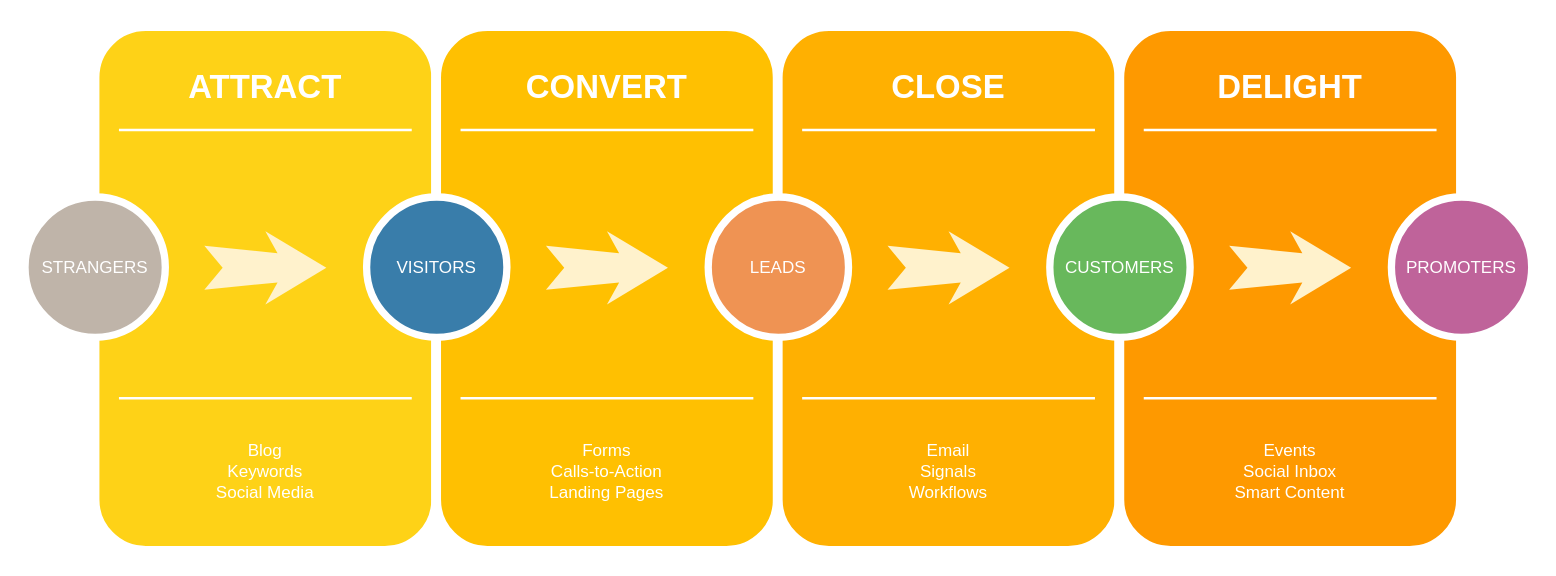
Above: 未命名绘图.drawio in linweihongvicky/mydrawio (draw.io), before the change. Source tidied: cells renumbered, new cells numbered last; positions are measured from the earlier drawing's top-left corner, leaving out a move shared by most shapes. Both pictures are drawn from the tidied source at 122%, with x=0, y=0 at pixel (24, 26).
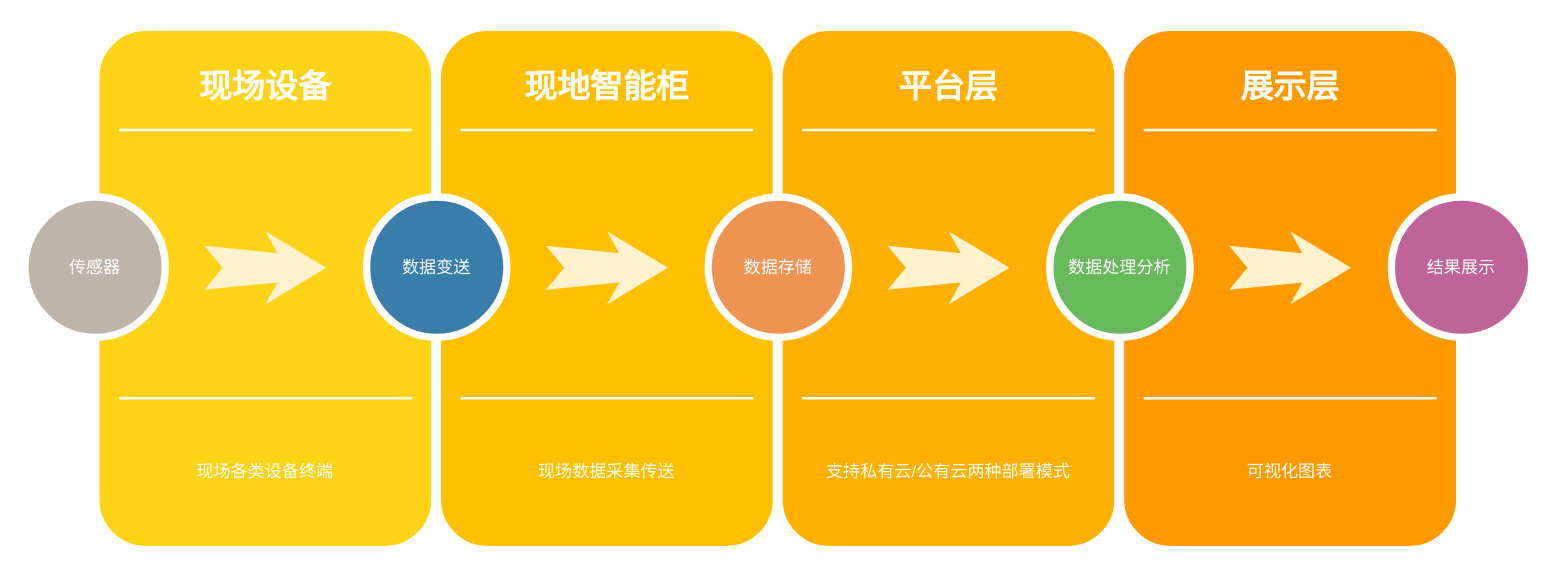
The same page after the edit.

Commit message (it also covers changes not shown here):
液压系统原理图.drawio

Change to the diagram source:
```diff
@@
-    <mxCell id="3" value="ATTRACT" style="text;html=1;strokeColor=none;fillColor=none;align=center;verticalAlign=middle;whiteSpace=wrap;rounded=0;shadow=0;fontSize=27;fontColor=#FFFFFF;fontStyle=1;" parent="1" vertex="1">
+    <mxCell id="3" value="现场设备" style="text;html=1;strokeColor=none;fillColor=none;align=center;verticalAlign=middle;whiteSpace=wrap;rounded=0;shadow=0;fontSize=27;fontColor=#FFFFFF;fontStyle=1;" parent="1" vertex="1">
       <mxGeometry x="57" y="20" width="280" height="60" as="geometry" />
     </mxCell>
-    <mxCell id="4" value="Blog&lt;div&gt;Keywords&lt;/div&gt;&lt;div&gt;Social Media&lt;/div&gt;" style="text;html=1;strokeColor=none;fillColor=none;align=center;verticalAlign=middle;whiteSpace=wrap;rounded=0;shadow=0;fontSize=14;fontColor=#FFFFFF;" parent="1" vertex="1">
+    <mxCell id="4" value="现场各类设备终端" style="text;html=1;strokeColor=none;fillColor=none;align=center;verticalAlign=middle;whiteSpace=wrap;rounded=0;shadow=0;fontSize=14;fontColor=#FFFFFF;" parent="1" vertex="1">
       <mxGeometry x="57" y="320" width="280" height="90" as="geometry" />
     </mxCell>
@@
-    <mxCell id="7" value="STRANGERS" style="ellipse;whiteSpace=wrap;html=1;rounded=0;shadow=0;strokeWidth=6;fontSize=14;align=center;fillColor=#BFB4A9;strokeColor=#FFFFFF;fontColor=#FFFFFF;" parent="1" vertex="1">
+    <mxCell id="7" value="传感器" style="ellipse;whiteSpace=wrap;html=1;rounded=0;shadow=0;strokeWidth=6;fontSize=14;align=center;fillColor=#BFB4A9;strokeColor=#FFFFFF;fontColor=#FFFFFF;" parent="1" vertex="1">
       <mxGeometry y="140" width="115" height="115" as="geometry" />
     </mxCell>
@@
-    <mxCell id="10" value="CONVERT" style="text;html=1;strokeColor=none;fillColor=none;align=center;verticalAlign=middle;whiteSpace=wrap;rounded=0;shadow=0;fontSize=27;fontColor=#FFFFFF;fontStyle=1;" parent="1" vertex="1">
+    <mxCell id="10" value="现地智能柜" style="text;html=1;strokeColor=none;fillColor=none;align=center;verticalAlign=middle;whiteSpace=wrap;rounded=0;shadow=0;fontSize=27;fontColor=#FFFFFF;fontStyle=1;" parent="1" vertex="1">
       <mxGeometry x="337" y="20" width="280" height="60" as="geometry" />
     </mxCell>
-    <mxCell id="11" value="Forms&lt;div&gt;Calls-to-Action&lt;/div&gt;&lt;div&gt;Landing Pages&lt;/div&gt;" style="text;html=1;strokeColor=none;fillColor=none;align=center;verticalAlign=middle;whiteSpace=wrap;rounded=0;shadow=0;fontSize=14;fontColor=#FFFFFF;" parent="1" vertex="1">
+    <mxCell id="11" value="&lt;div&gt;现场数据采集传送&lt;/div&gt;" style="text;html=1;strokeColor=none;fillColor=none;align=center;verticalAlign=middle;whiteSpace=wrap;rounded=0;shadow=0;fontSize=14;fontColor=#FFFFFF;" parent="1" vertex="1">
       <mxGeometry x="337" y="320" width="280" height="90" as="geometry" />
     </mxCell>
@@
-    <mxCell id="14" value="VISITORS" style="ellipse;whiteSpace=wrap;html=1;rounded=0;shadow=0;strokeWidth=6;fontSize=14;align=center;fillColor=#397DAA;strokeColor=#FFFFFF;fontColor=#FFFFFF;" parent="1" vertex="1">
+    <mxCell id="14" value="数据变送" style="ellipse;whiteSpace=wrap;html=1;rounded=0;shadow=0;strokeWidth=6;fontSize=14;align=center;fillColor=#397DAA;strokeColor=#FFFFFF;fontColor=#FFFFFF;" parent="1" vertex="1">
       <mxGeometry x="280" y="140" width="115" height="115" as="geometry" />
     </mxCell>
@@
-    <mxCell id="17" value="CLOSE" style="text;html=1;strokeColor=none;fillColor=none;align=center;verticalAlign=middle;whiteSpace=wrap;rounded=0;shadow=0;fontSize=27;fontColor=#FFFFFF;fontStyle=1;" parent="1" vertex="1">
+    <mxCell id="17" value="平台层" style="text;html=1;strokeColor=none;fillColor=none;align=center;verticalAlign=middle;whiteSpace=wrap;rounded=0;shadow=0;fontSize=27;fontColor=#FFFFFF;fontStyle=1;" parent="1" vertex="1">
       <mxGeometry x="617" y="20" width="280" height="60" as="geometry" />
     </mxCell>
-    <mxCell id="18" value="Email&lt;div&gt;Signals&lt;/div&gt;&lt;div&gt;Workflows&lt;/div&gt;" style="text;html=1;strokeColor=none;fillColor=none;align=center;verticalAlign=middle;whiteSpace=wrap;rounded=0;shadow=0;fontSize=14;fontColor=#FFFFFF;" parent="1" vertex="1">
+    <mxCell id="18" value="支持私有云/公有云两种部署模式" style="text;html=1;strokeColor=none;fillColor=none;align=center;verticalAlign=middle;whiteSpace=wrap;rounded=0;shadow=0;fontSize=14;fontColor=#FFFFFF;" parent="1" vertex="1">
       <mxGeometry x="617" y="320" width="280" height="90" as="geometry" />
     </mxCell>
@@
-    <mxCell id="21" value="LEADS" style="ellipse;whiteSpace=wrap;html=1;rounded=0;shadow=0;strokeWidth=6;fontSize=14;align=center;fillColor=#EF9353;strokeColor=#FFFFFF;fontColor=#FFFFFF;" parent="1" vertex="1">
+    <mxCell id="21" value="数据存储" style="ellipse;whiteSpace=wrap;html=1;rounded=0;shadow=0;strokeWidth=6;fontSize=14;align=center;fillColor=#EF9353;strokeColor=#FFFFFF;fontColor=#FFFFFF;" parent="1" vertex="1">
       <mxGeometry x="560" y="140" width="115" height="115" as="geometry" />
     </mxCell>
@@
-    <mxCell id="24" value="DELIGHT" style="text;html=1;strokeColor=none;fillColor=none;align=center;verticalAlign=middle;whiteSpace=wrap;rounded=0;shadow=0;fontSize=27;fontColor=#FFFFFF;fontStyle=1;" parent="1" vertex="1">
+    <mxCell id="24" value="展示层" style="text;html=1;strokeColor=none;fillColor=none;align=center;verticalAlign=middle;whiteSpace=wrap;rounded=0;shadow=0;fontSize=27;fontColor=#FFFFFF;fontStyle=1;" parent="1" vertex="1">
       <mxGeometry x="897" y="20" width="280" height="60" as="geometry" />
     </mxCell>
-    <mxCell id="25" value="Events&lt;div&gt;Social Inbox&lt;/div&gt;&lt;div&gt;Smart Content&lt;/div&gt;" style="text;html=1;strokeColor=none;fillColor=none;align=center;verticalAlign=middle;whiteSpace=wrap;rounded=0;shadow=0;fontSize=14;fontColor=#FFFFFF;" parent="1" vertex="1">
+    <mxCell id="25" value="可视化图表" style="text;html=1;strokeColor=none;fillColor=none;align=center;verticalAlign=middle;whiteSpace=wrap;rounded=0;shadow=0;fontSize=14;fontColor=#FFFFFF;" parent="1" vertex="1">
       <mxGeometry x="897" y="320" width="280" height="90" as="geometry" />
     </mxCell>
@@
-    <mxCell id="28" value="CUSTOMERS" style="ellipse;whiteSpace=wrap;html=1;rounded=0;shadow=0;strokeWidth=6;fontSize=14;align=center;fillColor=#68B85C;strokeColor=#FFFFFF;fontColor=#FFFFFF;" parent="1" vertex="1">
+    <mxCell id="28" value="数据处理分析" style="ellipse;whiteSpace=wrap;html=1;rounded=0;shadow=0;strokeWidth=6;fontSize=14;align=center;fillColor=#68B85C;strokeColor=#FFFFFF;fontColor=#FFFFFF;" parent="1" vertex="1">
       <mxGeometry x="840" y="140" width="115" height="115" as="geometry" />
     </mxCell>
@@
-    <mxCell id="30" value="PROMOTERS" style="ellipse;whiteSpace=wrap;html=1;rounded=0;shadow=0;strokeWidth=6;fontSize=14;align=center;fillColor=#BF639A;strokeColor=#FFFFFF;fontColor=#FFFFFF;" parent="1" vertex="1">
+    <mxCell id="30" value="结果展示" style="ellipse;whiteSpace=wrap;html=1;rounded=0;shadow=0;strokeWidth=6;fontSize=14;align=center;fillColor=#BF639A;strokeColor=#FFFFFF;fontColor=#FFFFFF;" parent="1" vertex="1">
       <mxGeometry x="1120" y="140" width="115" height="115" as="geometry" />
     </mxCell>
```
